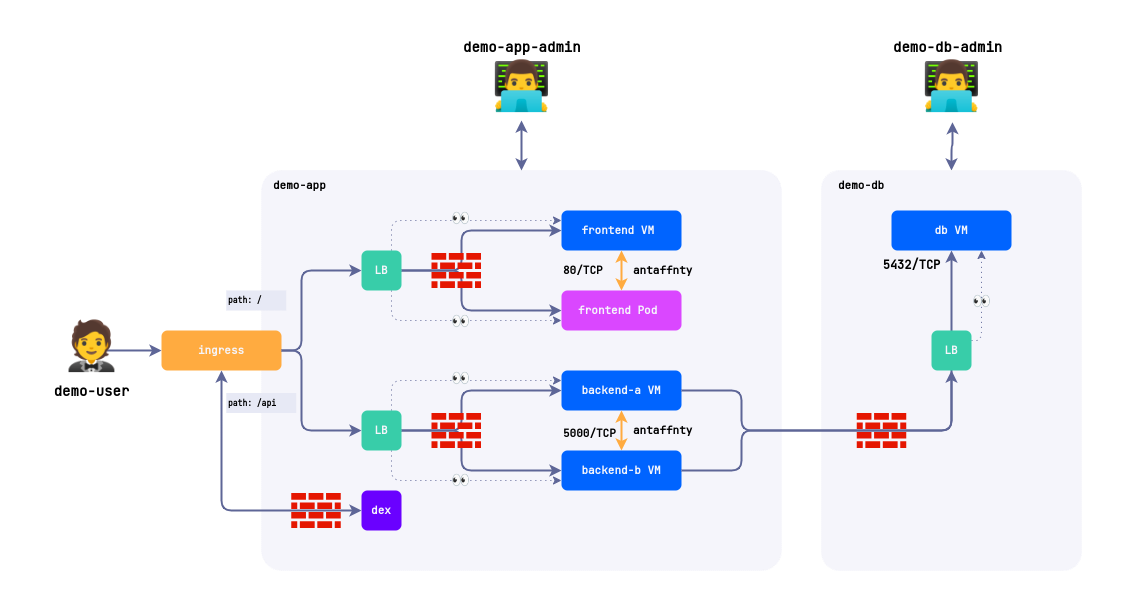
Above: demo-app.png in fl64/dvp-demo-app (draw.io), before the change. Source tidied: cells renumbered, new cells last; positions are measured from the earlier drawing's top-left corner, leaving out a move shared by most shapes.
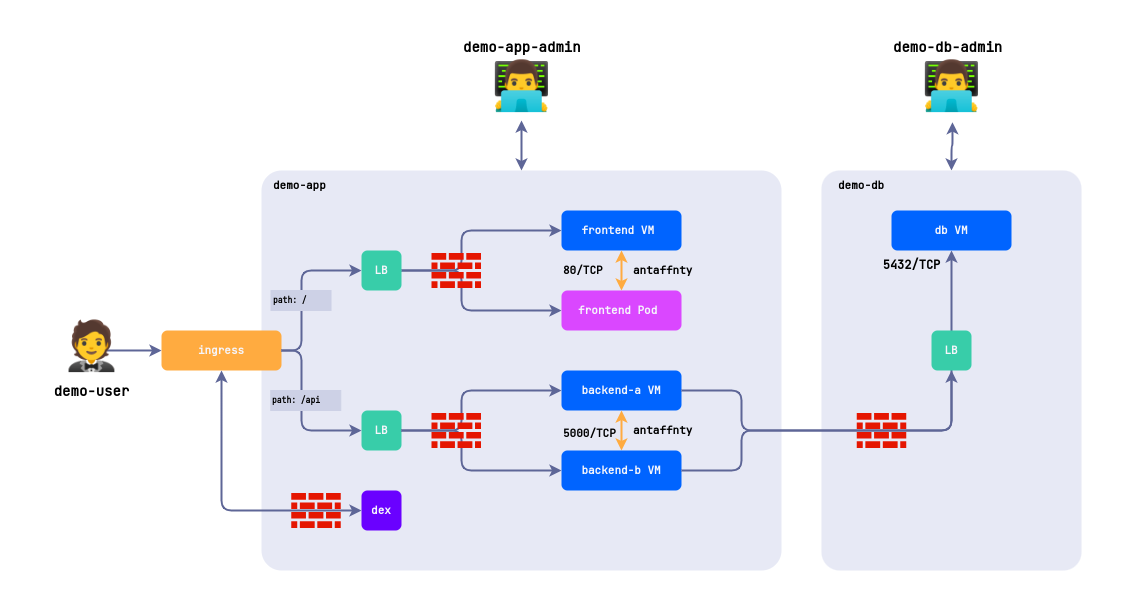
After the change.

The edit, as a diff of the source:
```diff
@@ -2,10 +2,10 @@
   <root>
     <mxCell id="0" />
     <mxCell id="1" parent="0" />
-    <mxCell id="2" style="rounded=0;whiteSpace=wrap;html=1;opacity=90;labelBackgroundColor=default;fontFamily=JetBrains Mono;fontSource=https%3A%2F%2Ffonts.googleapis.com%2Fcss%3Ffamily%3DJetBrains%2BMono;fontStyle=1;strokeWidth=2;fillColor=default;strokeColor=none;" parent="1" vertex="1">
+    <mxCell id="2" style="rounded=0;whiteSpace=wrap;html=1;labelBackgroundColor=default;fontFamily=JetBrains Mono;fontSource=https%3A%2F%2Ffonts.googleapis.com%2Fcss%3Ffamily%3DJetBrains%2BMono;fontStyle=1;strokeWidth=2;strokeColor=none;" parent="1" vertex="1">
       <mxGeometry y="10" width="1120" height="600" as="geometry" />
     </mxCell>
-    <mxCell id="3" style="rounded=1;whiteSpace=wrap;html=1;fillColor=#f5f5fb;fontFamily=JetBrains Mono;fontSource=https%3A%2F%2Ffonts.googleapis.com%2Fcss%3Ffamily%3DJetBrains%2BMono;fontSize=11;strokeWidth=1;dashed=1;dashPattern=1 1;fontStyle=1;arcSize=5;strokeColor=#f5f5fb;" parent="1" vertex="1">
+    <mxCell id="3" style="rounded=1;whiteSpace=wrap;html=1;fillColor=#e7e9f5;fontFamily=JetBrains Mono;fontSource=https%3A%2F%2Ffonts.googleapis.com%2Fcss%3Ffamily%3DJetBrains%2BMono;fontSize=11;strokeWidth=1;dashed=1;dashPattern=1 1;fontStyle=1;arcSize=5;strokeColor=#e7e9f;" parent="1" vertex="1">
       <mxGeometry x="260" y="170" width="520" height="400" as="geometry" />
     </mxCell>
     <mxCell id="4" value="demo-app" style="text;html=1;align=left;verticalAlign=middle;strokeColor=none;fillColor=none;fontFamily=JetBrains Mono;fontSource=https%3A%2F%2Ffonts.googleapis.com%2Fcss%3Ffamily%3DJetBrains%2BMono;fontSize=11;strokeWidth=1;fontStyle=1;" parent="1" vertex="1">
@@ -51,12 +51,6 @@
         </Array>
       </mxGeometry>
     </mxCell>
-    <mxCell id="12" style="edgeStyle=orthogonalEdgeStyle;html=1;exitX=0.75;exitY=0;exitDx=0;exitDy=0;entryX=0;entryY=0.25;entryDx=0;entryDy=0;dashed=1;dashPattern=1 4;fontFamily=JetBrains Mono;fontSource=https%3A%2F%2Ffonts.googleapis.com%2Fcss%3Ffamily%3DJetBrains%2BMono;fontStyle=1;fillColor=#5e6697;strokeColor=#5e6697;" parent="1" edge="1" source="14" target="15">
-      <mxGeometry relative="1" as="geometry" />
-    </mxCell>
-    <mxCell id="13" style="edgeStyle=orthogonalEdgeStyle;html=1;exitX=0.75;exitY=1;exitDx=0;exitDy=0;entryX=0;entryY=0.75;entryDx=0;entryDy=0;dashed=1;dashPattern=1 4;fontFamily=JetBrains Mono;fontSource=https%3A%2F%2Ffonts.googleapis.com%2Fcss%3Ffamily%3DJetBrains%2BMono;fontSize=8;fontStyle=1;fillColor=#5e6697;strokeColor=#5e6697;" parent="1" edge="1" source="14" target="16">
-      <mxGeometry relative="1" as="geometry" />
-    </mxCell>
     <mxCell id="14" value="LB" style="rounded=1;whiteSpace=wrap;html=1;fontFamily=JetBrains Mono;fontSource=https%3A%2F%2Ffonts.googleapis.com%2Fcss%3Ffamily%3DJetBrains%2BMono;fillColor=#38cda9;fontSize=11;strokeWidth=1;strokeColor=none;fontStyle=1;fontColor=#f5f5fb;" parent="1" vertex="1">
       <mxGeometry x="360" y="250" width="40" height="40" as="geometry" />
     </mxCell>
@@ -75,7 +69,7 @@
     <mxCell id="19" style="edgeStyle=orthogonalEdgeStyle;html=1;exitX=0.5;exitY=0;exitDx=0;exitDy=0;strokeColor=#5e6697;fontFamily=JetBrains Mono;fontSource=https%3A%2F%2Ffonts.googleapis.com%2Fcss%3Ffamily%3DJetBrains%2BMono;fontSize=12;fontColor=#000000;startArrow=classic;startFill=1;endArrow=classic;endFill=1;fontStyle=1;strokeWidth=2;fillColor=#5e6697;entryX=0.512;entryY=1.024;entryDx=0;entryDy=0;entryPerimeter=0;" parent="1" edge="1" source="20" target="53">
       <mxGeometry relative="1" as="geometry" />
     </mxCell>
-    <mxCell id="20" style="rounded=1;whiteSpace=wrap;html=1;fillColor=#f5f5fb;fontFamily=JetBrains Mono;fontSource=https%3A%2F%2Ffonts.googleapis.com%2Fcss%3Ffamily%3DJetBrains%2BMono;fontSize=11;strokeWidth=1;dashed=1;dashPattern=1 1;strokeColor=#f5f5fb;fontStyle=1;arcSize=7;" parent="1" vertex="1">
+    <mxCell id="20" style="rounded=1;whiteSpace=wrap;html=1;fillColor=#e7e9f5;fontFamily=JetBrains Mono;fontSource=https%3A%2F%2Ffonts.googleapis.com%2Fcss%3Ffamily%3DJetBrains%2BMono;fontSize=11;strokeWidth=1;dashed=1;dashPattern=1 1;strokeColor=#e7e9f;fontStyle=1;arcSize=7;" parent="1" vertex="1">
       <mxGeometry x="820" y="170" width="260" height="400" as="geometry" />
     </mxCell>
     <mxCell id="21" value="demo-db" style="text;html=1;align=left;verticalAlign=middle;strokeColor=none;fillColor=none;fontFamily=JetBrains Mono;fontSource=https%3A%2F%2Ffonts.googleapis.com%2Fcss%3Ffamily%3DJetBrains%2BMono;fontSize=11;strokeWidth=1;fontStyle=1;" parent="1" vertex="1">
@@ -108,23 +102,17 @@
         </Array>
       </mxGeometry>
     </mxCell>
-    <mxCell id="26" style="edgeStyle=orthogonalEdgeStyle;html=1;exitX=0.75;exitY=0;exitDx=0;exitDy=0;entryX=0;entryY=0.25;entryDx=0;entryDy=0;dashed=1;dashPattern=1 4;fontFamily=JetBrains Mono;fontSource=https%3A%2F%2Ffonts.googleapis.com%2Fcss%3Ffamily%3DJetBrains%2BMono;fontSize=8;fontStyle=1;fillColor=#5e6697;strokeColor=#5e6697;" parent="1" edge="1" source="28" target="18">
-      <mxGeometry relative="1" as="geometry" />
-    </mxCell>
-    <mxCell id="27" style="edgeStyle=orthogonalEdgeStyle;html=1;exitX=0.75;exitY=1;exitDx=0;exitDy=0;entryX=0;entryY=0.75;entryDx=0;entryDy=0;dashed=1;dashPattern=1 4;fontFamily=JetBrains Mono;fontSource=https%3A%2F%2Ffonts.googleapis.com%2Fcss%3Ffamily%3DJetBrains%2BMono;fontSize=8;fontStyle=1;fillColor=#5e6697;strokeColor=#5e6697;" parent="1" edge="1" source="28" target="29">
-      <mxGeometry relative="1" as="geometry" />
-    </mxCell>
     <mxCell id="28" value="LB" style="rounded=1;whiteSpace=wrap;html=1;fontFamily=JetBrains Mono;fontSource=https%3A%2F%2Ffonts.googleapis.com%2Fcss%3Ffamily%3DJetBrains%2BMono;fillColor=#38cda9;fontSize=11;strokeWidth=1;strokeColor=none;fontStyle=1;fontColor=#f5f5fb;" parent="1" vertex="1">
       <mxGeometry x="360" y="410" width="40" height="40" as="geometry" />
     </mxCell>
     <mxCell id="29" value="backend-b VM" style="rounded=1;whiteSpace=wrap;html=1;fontFamily=JetBrains Mono;fontSource=https%3A%2F%2Ffonts.googleapis.com%2Fcss%3Ffamily%3DJetBrains%2BMono;fillColor=#0064ff;fontSize=11;strokeWidth=1;strokeColor=none;fontColor=#f5f5fb;fontStyle=1;" parent="1" vertex="1">
       <mxGeometry x="560" y="450" width="120" height="40" as="geometry" />
     </mxCell>
-    <mxCell id="30" value="&lt;font style=&quot;font-size: 8px;&quot;&gt;path: /api&lt;/font&gt;" style="text;html=1;align=left;verticalAlign=middle;strokeColor=#e7e9f;fillColor=#e7e9f5;fontSize=8;fontFamily=JetBrains Mono;fontSource=https%3A%2F%2Ffonts.googleapis.com%2Fcss%3Ffamily%3DJetBrains%2BMono;labelBackgroundColor=none;fontStyle=1;" parent="1" vertex="1">
-      <mxGeometry x="224.8" y="392.5" width="70" height="20" as="geometry" />
+    <mxCell id="30" value="&lt;font style=&quot;font-size: 8px;&quot;&gt;path: /api&lt;/font&gt;" style="text;html=1;align=left;verticalAlign=middle;strokeColor=#cdd1e6;fillColor=#cdd1e6;fontSize=8;fontFamily=JetBrains Mono;fontSource=https%3A%2F%2Ffonts.googleapis.com%2Fcss%3Ffamily%3DJetBrains%2BMono;labelBackgroundColor=none;fontStyle=1;" parent="1" vertex="1">
+      <mxGeometry x="269.2" y="390" width="70" height="20" as="geometry" />
     </mxCell>
-    <mxCell id="31" value="path: /" style="text;html=1;align=left;verticalAlign=middle;strokeColor=#e7e9f;fillColor=#e7e9f5;fontSize=8;fontFamily=JetBrains Mono;labelBackgroundColor=none;fontSource=https%3A%2F%2Ffonts.googleapis.com%2Fcss%3Ffamily%3DJetBrains%2BMono;fontStyle=1;" parent="1" vertex="1">
-      <mxGeometry x="224.8" y="290" width="60" height="20" as="geometry" />
+    <mxCell id="31" value="path: /" style="text;html=1;align=left;verticalAlign=middle;strokeColor=#cdd1e6;fillColor=#cdd1e6;fontSize=8;fontFamily=JetBrains Mono;labelBackgroundColor=none;fontSource=https%3A%2F%2Ffonts.googleapis.com%2Fcss%3Ffamily%3DJetBrains%2BMono;fontStyle=1;" parent="1" vertex="1">
+      <mxGeometry x="269.5" y="290" width="60" height="20" as="geometry" />
     </mxCell>
     <mxCell id="32" value="antaffnty" style="text;html=1;align=left;verticalAlign=middle;strokeColor=none;fillColor=none;fontSize=11;fontFamily=JetBrains Mono;fontSource=https%3A%2F%2Ffonts.googleapis.com%2Fcss%3Ffamily%3DJetBrains%2BMono;fontStyle=1;" parent="1" vertex="1">
       <mxGeometry x="630" y="415" width="80" height="30" as="geometry" />
@@ -169,14 +157,6 @@
         </Array>
       </mxGeometry>
     </mxCell>
-    <mxCell id="41" style="edgeStyle=orthogonalEdgeStyle;html=1;exitX=1;exitY=0.25;exitDx=0;exitDy=0;entryX=0.75;entryY=1;entryDx=0;entryDy=0;dashed=1;dashPattern=1 4;fontFamily=JetBrains Mono;fontSource=https%3A%2F%2Ffonts.googleapis.com%2Fcss%3Ffamily%3DJetBrains%2BMono;fontSize=8;fontStyle=1;fillColor=#5e6697;strokeColor=#5e6697;" parent="1" edge="1" source="43" target="22">
-      <mxGeometry relative="1" as="geometry" />
-    </mxCell>
-    <mxCell id="42" value="👀" style="edgeLabel;html=1;align=center;verticalAlign=middle;fontSize=15;fontFamily=JetBrains Mono;fontSource=https%3A%2F%2Ffonts.googleapis.com%2Fcss%3Ffamily%3DJetBrains%2BMono;fontStyle=1;labelBackgroundColor=none;" parent="41" vertex="1">
-      <mxGeometry x="0.25" y="2" relative="1" as="geometry">
-        <mxPoint x="2" y="12" as="offset" />
-      </mxGeometry>
-    </mxCell>
     <mxCell id="43" value="LB" style="rounded=1;whiteSpace=wrap;html=1;fontFamily=JetBrains Mono;fontSource=https%3A%2F%2Ffonts.googleapis.com%2Fcss%3Ffamily%3DJetBrains%2BMono;fillColor=#38cda9;fontSize=11;strokeWidth=1;strokeColor=none;fontStyle=1;fontColor=#f5f5fb;" parent="1" vertex="1">
       <mxGeometry x="930" y="330" width="40" height="40" as="geometry" />
     </mxCell>
@@ -195,26 +175,6 @@
     <mxCell id="48" value="&lt;font face=&quot;JetBrains Mono&quot; style=&quot;font-size: 14px;&quot;&gt;demo-db-admin&lt;/font&gt;" style="text;html=1;align=left;verticalAlign=middle;strokeColor=none;fillColor=none;fontSize=48;fontColor=default;fontStyle=1;" parent="1" vertex="1">
       <mxGeometry x="890" width="130" height="70" as="geometry" />
     </mxCell>
-    <mxCell id="49" value="👀" style="edgeLabel;html=1;align=center;verticalAlign=middle;fontSize=15;fontFamily=JetBrains Mono;fontSource=https%3A%2F%2Ffonts.googleapis.com%2Fcss%3Ffamily%3DJetBrains%2BMono;fontStyle=1;labelBackgroundColor=none;" parent="1" vertex="1">
-      <mxGeometry x="980" y="310" as="geometry">
-        <mxPoint x="-521" y="-93" as="offset" />
-      </mxGeometry>
-    </mxCell>
-    <mxCell id="50" value="👀" style="edgeLabel;html=1;align=center;verticalAlign=middle;fontSize=15;fontFamily=JetBrains Mono;fontSource=https%3A%2F%2Ffonts.googleapis.com%2Fcss%3Ffamily%3DJetBrains%2BMono;fontStyle=1;labelBackgroundColor=none;" parent="1" vertex="1">
-      <mxGeometry x="980" y="412.5" as="geometry">
-        <mxPoint x="-521" y="-93" as="offset" />
-      </mxGeometry>
-    </mxCell>
-    <mxCell id="51" value="👀" style="edgeLabel;html=1;align=center;verticalAlign=middle;fontSize=15;fontFamily=JetBrains Mono;fontSource=https%3A%2F%2Ffonts.googleapis.com%2Fcss%3Ffamily%3DJetBrains%2BMono;fontStyle=1;labelBackgroundColor=none;" parent="1" vertex="1">
-      <mxGeometry x="980" y="470" as="geometry">
-        <mxPoint x="-521" y="-93" as="offset" />
-      </mxGeometry>
-    </mxCell>
-    <mxCell id="52" value="👀" style="edgeLabel;html=1;align=center;verticalAlign=middle;fontSize=15;fontFamily=JetBrains Mono;fontSource=https%3A%2F%2Ffonts.googleapis.com%2Fcss%3Ffamily%3DJetBrains%2BMono;fontStyle=1;labelBackgroundColor=none;" parent="1" vertex="1">
-      <mxGeometry x="980" y="572" as="geometry">
-        <mxPoint x="-521" y="-93" as="offset" />
-      </mxGeometry>
-    </mxCell>
     <mxCell id="53" value="👨‍💻" style="text;html=1;align=center;verticalAlign=middle;points=[];strokeColor=none;fillColor=none;fontSize=48;" parent="1" vertex="1">
       <mxGeometry x="910" y="50" width="80" height="70" as="geometry" />
     </mxCell>
```
